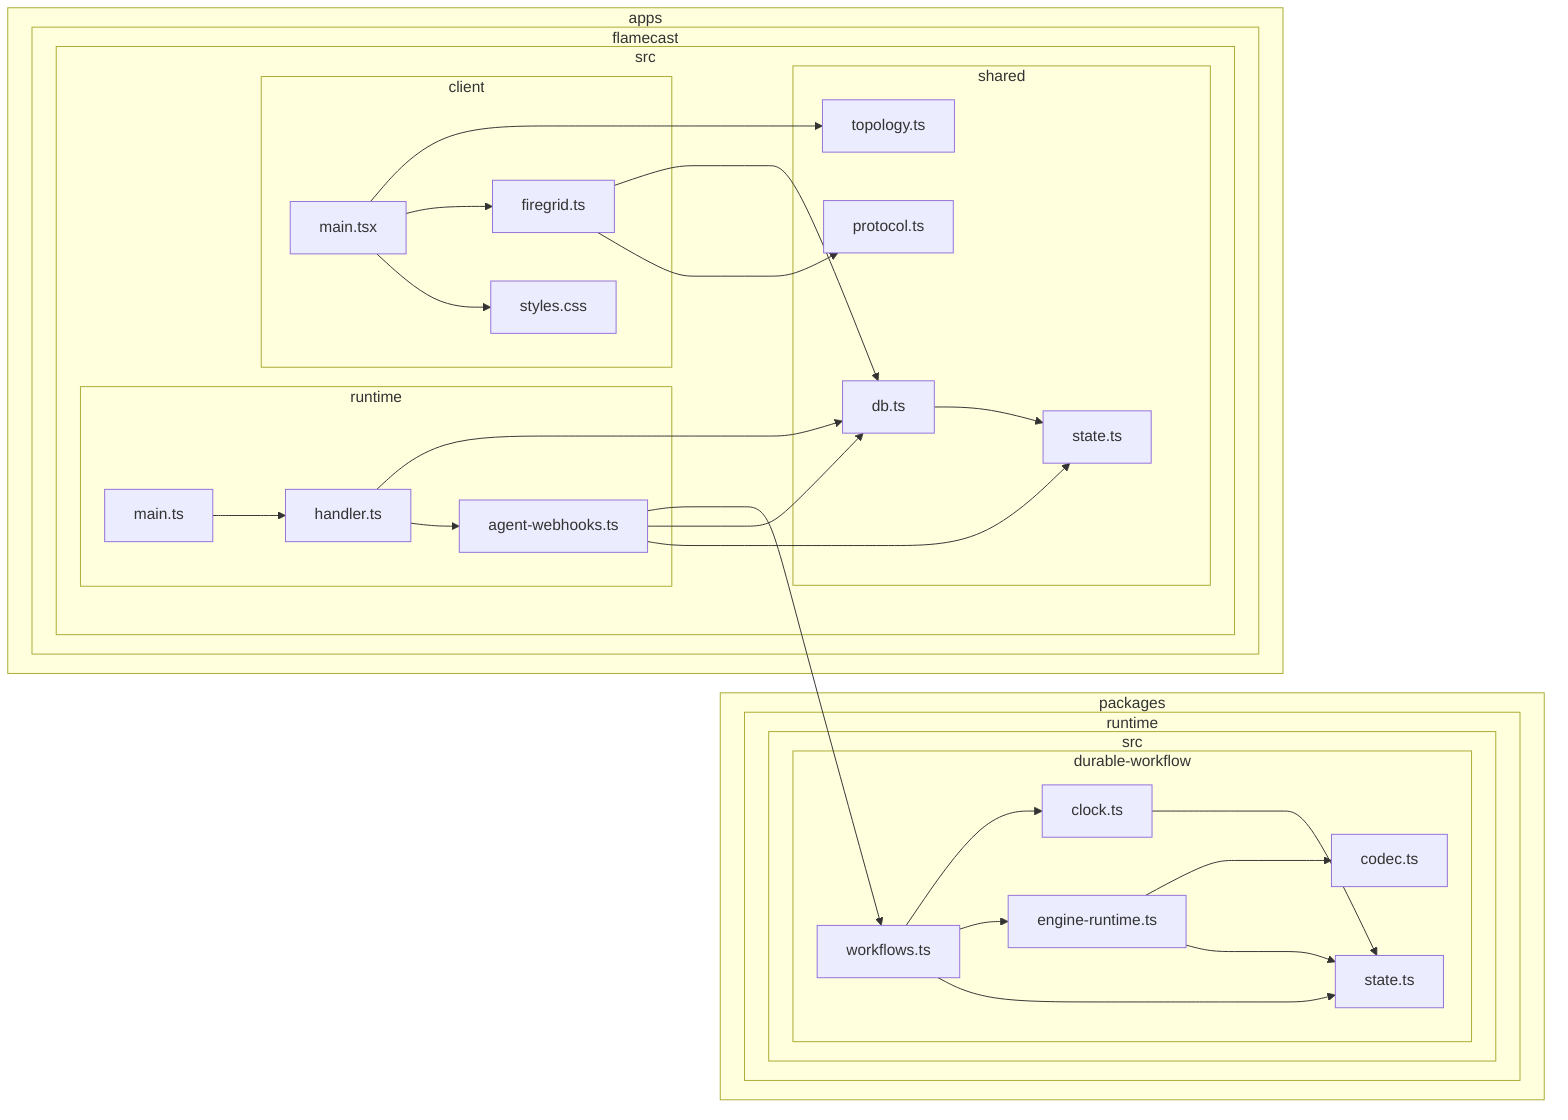
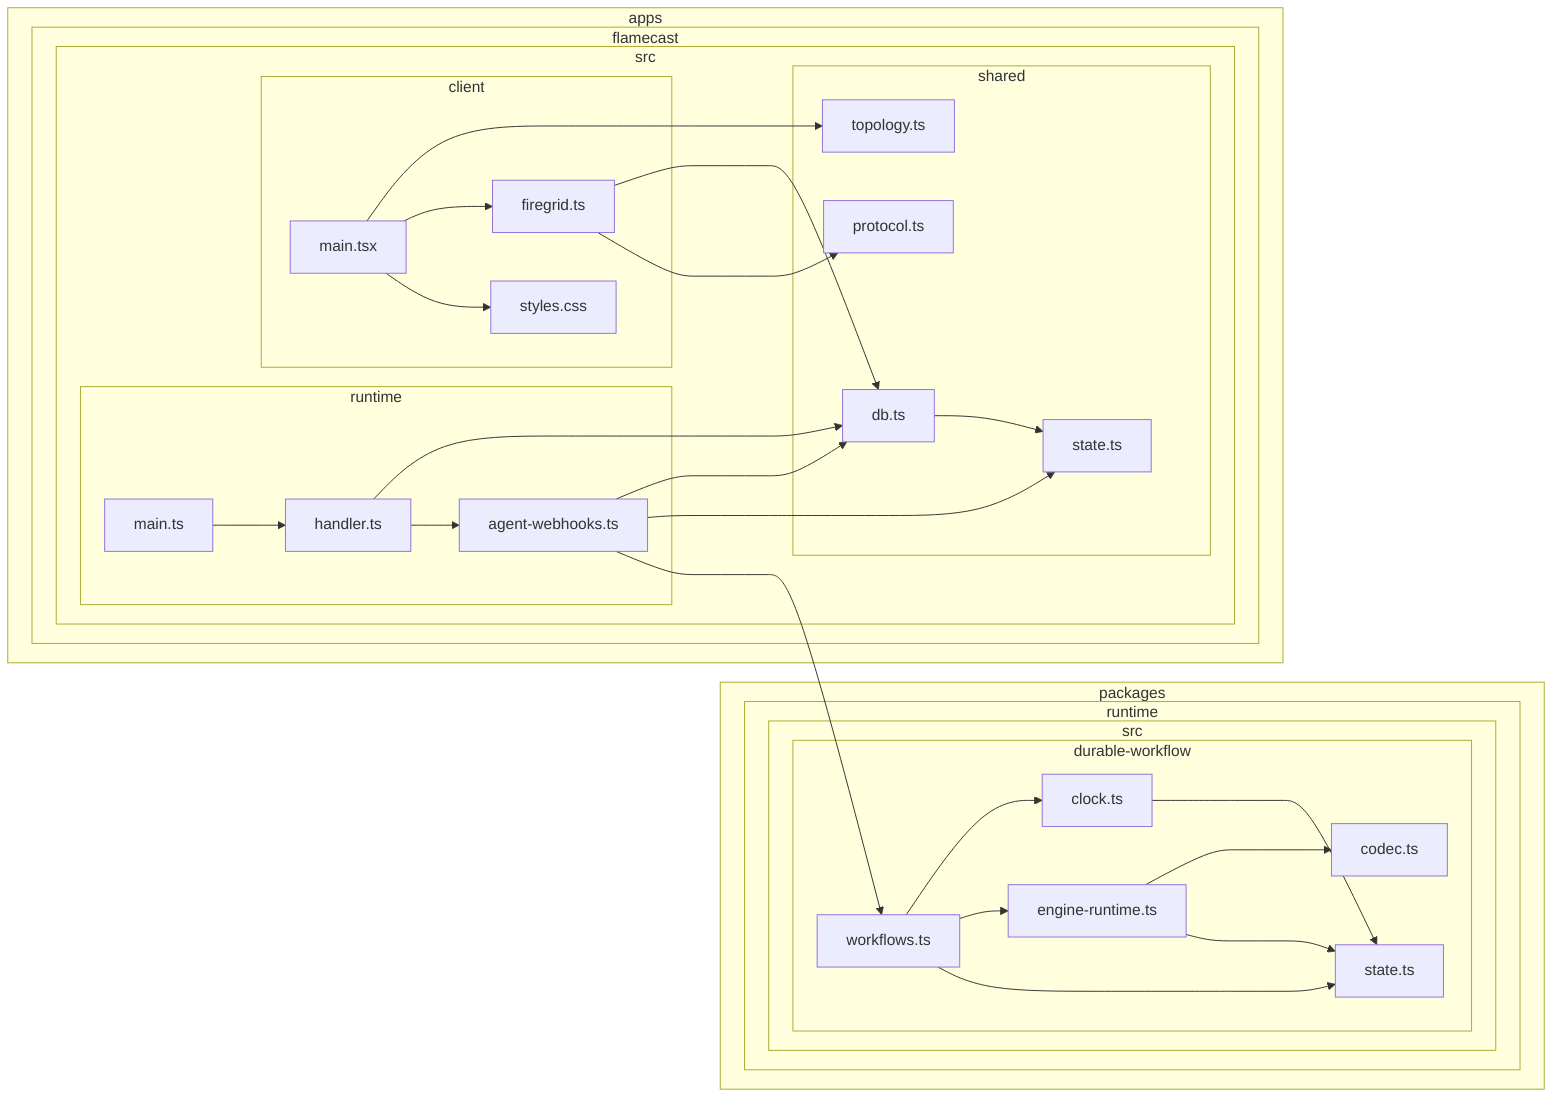
flowchart LR

subgraph 0["apps"]
subgraph 1["flamecast"]
subgraph 2["src"]
subgraph 3["client"]
4["firegrid.ts"]
9["main.tsx"]
A["styles.css"]
end
subgraph 5["shared"]
6["db.ts"]
7["state.ts"]
8["protocol.ts"]
B["topology.ts"]
end
subgraph C["runtime"]
D["agent-webhooks.ts"]
N["handler.ts"]
O["main.ts"]
end
end
end
end
subgraph E["packages"]
subgraph F["runtime"]
subgraph G["src"]
subgraph H["durable-workflow"]
I["workflows.ts"]
J["clock.ts"]
K["state.ts"]
L["engine-runtime.ts"]
M["codec.ts"]
end
end
end
end
4-->6
4-->8
6-->7
9-->B
9-->4
9-->A
- D-->I
D-->6
D-->7
+ D-->I
I-->J
I-->L
I-->K
J-->K
L-->M
L-->K
N-->6
N-->D
O-->N
